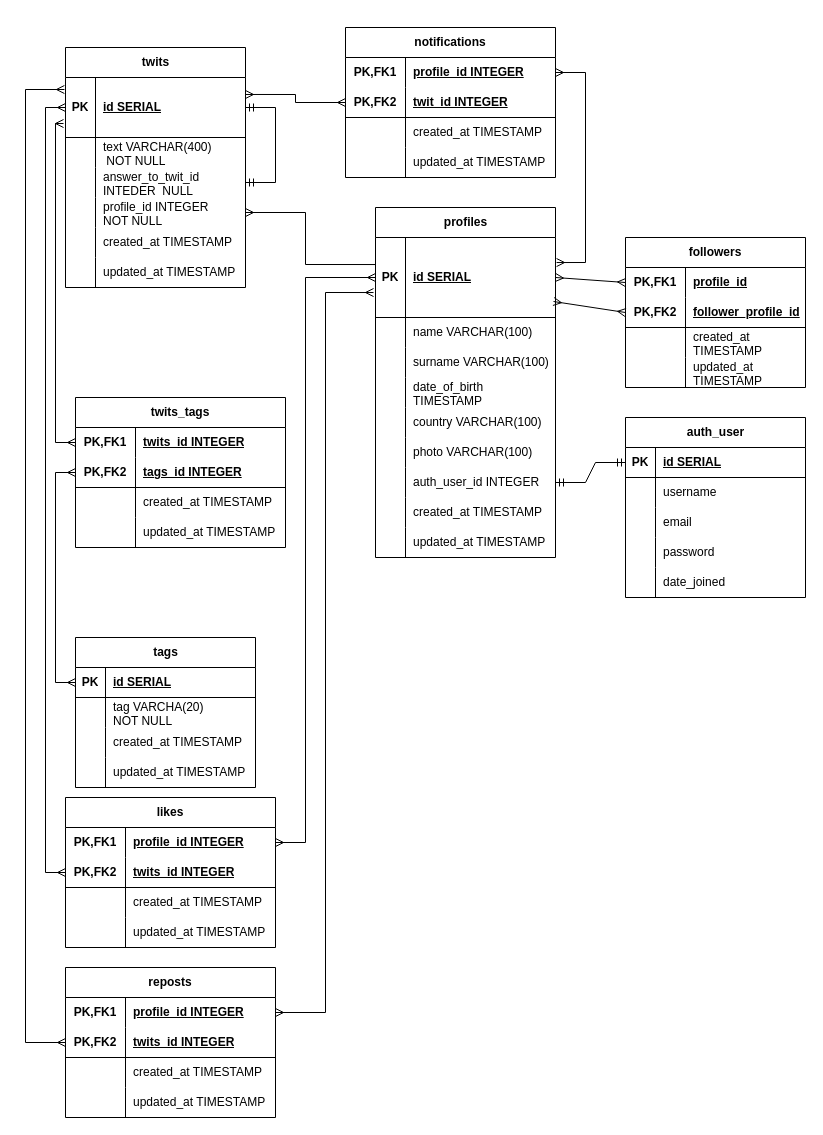
Above: src/microblogging/core/microblogging.drawio in EugeniRosh/micro_blogging (draw.io), before the change. Source tidied: cells renumbered, new cells numbered last; positions are measured from the earlier drawing's top-left corner, leaving out a move shared by most shapes. Both pictures are drawn from the tidied source at 100%, with x=0, y=0 at pixel (25, 27).
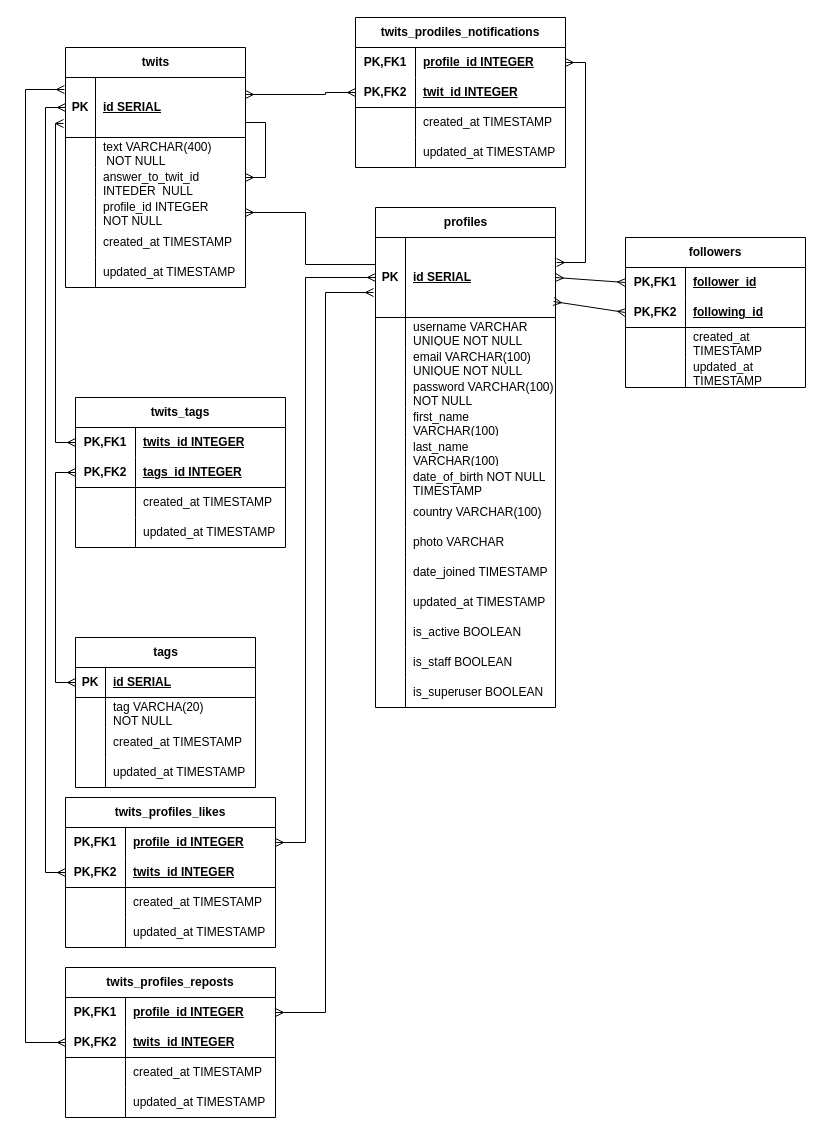
Above is the later version.

The change refers to these unchanged cells:
```xml
<mxCell id="3" style="shape=tableRow;horizontal=0;startSize=0;swimlaneHead=0;swimlaneBody=0;fillColor=none;points=[[0,0.5],[1,0.5]];portConstraint=eastwest;top=0;left=0;right=0;bottom=1;" parent="2" vertex="1">
  <mxGeometry y="30" width="180" height="80" as="geometry" />
</mxCell>
<mxCell id="30" value="twits" style="shape=table;startSize=30;childLayout=tableLayout;rowLines=0;fontStyle=1;align=center;html=1;" parent="1" vertex="1">
  <mxGeometry x="40" y="20" width="180" height="240" as="geometry" />
</mxCell>
<mxCell id="31" style="shape=tableRow;horizontal=0;startSize=0;swimlaneHead=0;swimlaneBody=0;fillColor=none;points=[[0,0.5],[1,0.5]];portConstraint=eastwest;top=0;left=0;right=0;bottom=1;" parent="30" vertex="1">
  <mxGeometry y="30" width="180" height="60" as="geometry" />
</mxCell>
<mxCell id="37" style="shape=tableRow;horizontal=0;startSize=0;swimlaneHead=0;swimlaneBody=0;fillColor=none;points=[[0,0.5],[1,0.5]];portConstraint=eastwest;top=0;left=0;right=0;bottom=0;" parent="30" vertex="1">
  <mxGeometry y="120" width="180" height="30" as="geometry" />
</mxCell>
<mxCell id="83" style="shape=tableRow;horizontal=0;startSize=0;swimlaneHead=0;swimlaneBody=0;fillColor=none;points=[[0,0.5],[1,0.5]];portConstraint=eastwest;top=0;left=0;right=0;bottom=0;html=1;" parent="82" vertex="1">
  <mxGeometry y="30" width="180" height="30" as="geometry" />
</mxCell>
<mxCell id="86" style="shape=tableRow;horizontal=0;startSize=0;swimlaneHead=0;swimlaneBody=0;fillColor=none;points=[[0,0.5],[1,0.5]];portConstraint=eastwest;top=0;left=0;right=0;bottom=1;html=1;" parent="82" vertex="1">
  <mxGeometry y="60" width="180" height="30" as="geometry" />
</mxCell>
<mxCell id="126" style="shape=tableRow;horizontal=0;startSize=0;swimlaneHead=0;swimlaneBody=0;fillColor=none;points=[[0,0.5],[1,0.5]];portConstraint=eastwest;top=0;left=0;right=0;bottom=0;html=1;" parent="125" vertex="1">
  <mxGeometry y="30" width="210" height="30" as="geometry" />
</mxCell>
<mxCell id="129" style="shape=tableRow;horizontal=0;startSize=0;swimlaneHead=0;swimlaneBody=0;fillColor=none;points=[[0,0.5],[1,0.5]];portConstraint=eastwest;top=0;left=0;right=0;bottom=1;html=1;" parent="125" vertex="1">
  <mxGeometry y="60" width="210" height="30" as="geometry" />
</mxCell>
```

Diff of the diagram source:
```diff
@@
     <mxCell id="2" value="profiles" style="shape=table;startSize=30;childLayout=tableLayout;rowLines=0;fontStyle=1;align=center;html=1;" parent="1" vertex="1">
-      <mxGeometry x="350" y="180" width="180" height="350" as="geometry" />
+      <mxGeometry x="350" y="180" width="180" height="500" as="geometry" />
     </mxCell>
@@
+    <mxCell id="156" style="shape=tableRow;horizontal=0;startSize=0;swimlaneHead=0;swimlaneBody=0;fillColor=none;top=0;left=0;right=0;bottom=0;" parent="2" vertex="1">
+      <mxGeometry y="110" width="180" height="30" as="geometry" />
+    </mxCell>
+    <mxCell id="157" style="shape=partialRectangle;fillColor=none;top=0;left=0;bottom=0;right=0;overflow=hidden;whiteSpace=wrap;html=1;" parent="156" vertex="1">
+      <mxGeometry width="30" height="30" as="geometry" />
+    </mxCell>
+    <mxCell id="158" value="username VARCHAR UNIQUE NOT NULL" style="shape=partialRectangle;fillColor=none;top=0;left=0;bottom=0;right=0;align=left;spacingLeft=6;overflow=hidden;whiteSpace=wrap;html=1;" parent="156" vertex="1">
+      <mxGeometry x="30" width="150" height="30" as="geometry" />
+    </mxCell>
+    <mxCell id="159" style="shape=tableRow;horizontal=0;startSize=0;swimlaneHead=0;swimlaneBody=0;fillColor=none;top=0;left=0;right=0;bottom=0;" parent="2" vertex="1">
+      <mxGeometry y="140" width="180" height="30" as="geometry" />
+    </mxCell>
+    <mxCell id="160" style="shape=partialRectangle;fillColor=none;top=0;left=0;bottom=0;right=0;overflow=hidden;whiteSpace=wrap;html=1;" parent="159" vertex="1">
+      <mxGeometry width="30" height="30" as="geometry" />
+    </mxCell>
+    <mxCell id="161" value="email VARCHAR(100) UNIQUE NOT NULL" style="shape=partialRectangle;fillColor=none;top=0;left=0;bottom=0;right=0;align=left;spacingLeft=6;overflow=hidden;whiteSpace=wrap;html=1;" parent="159" vertex="1">
+      <mxGeometry x="30" width="150" height="30" as="geometry" />
+    </mxCell>
+    <mxCell id="162" style="shape=tableRow;horizontal=0;startSize=0;swimlaneHead=0;swimlaneBody=0;fillColor=none;top=0;left=0;right=0;bottom=0;" parent="2" vertex="1">
+      <mxGeometry y="170" width="180" height="30" as="geometry" />
+    </mxCell>
+    <mxCell id="163" style="shape=partialRectangle;fillColor=none;top=0;left=0;bottom=0;right=0;overflow=hidden;whiteSpace=wrap;html=1;" parent="162" vertex="1">
+      <mxGeometry width="30" height="30" as="geometry" />
+    </mxCell>
+    <mxCell id="164" value="password VARCHAR(100) NOT NULL" style="shape=partialRectangle;fillColor=none;top=0;left=0;bottom=0;right=0;align=left;spacingLeft=6;overflow=hidden;whiteSpace=wrap;html=1;" parent="162" vertex="1">
+      <mxGeometry x="30" width="150" height="30" as="geometry" />
+    </mxCell>
     <mxCell id="6" style="shape=tableRow;horizontal=0;startSize=0;swimlaneHead=0;swimlaneBody=0;fillColor=none;top=0;left=0;right=0;bottom=0;" parent="2" vertex="1">
-      <mxGeometry y="110" width="180" height="30" as="geometry" />
+      <mxGeometry y="200" width="180" height="30" as="geometry" />
     </mxCell>
@@
-    <mxCell id="8" value="name VARCHAR(100)" style="shape=partialRectangle;fillColor=none;top=0;left=0;bottom=0;right=0;align=left;spacingLeft=6;overflow=hidden;whiteSpace=wrap;html=1;" parent="6" vertex="1">
+    <mxCell id="8" value="first_name VARCHAR(100)" style="shape=partialRectangle;fillColor=none;top=0;left=0;bottom=0;right=0;align=left;spacingLeft=6;overflow=hidden;whiteSpace=wrap;html=1;" parent="6" vertex="1">
       <mxGeometry x="30" width="150" height="30" as="geometry" />
     </mxCell>
     <mxCell id="9" style="shape=tableRow;horizontal=0;startSize=0;swimlaneHead=0;swimlaneBody=0;fillColor=none;top=0;left=0;right=0;bottom=0;" parent="2" vertex="1">
-      <mxGeometry y="140" width="180" height="30" as="geometry" />
+      <mxGeometry y="230" width="180" height="30" as="geometry" />
     </mxCell>
@@
-    <mxCell id="11" value="surname VARCHAR(100)" style="shape=partialRectangle;fillColor=none;top=0;left=0;bottom=0;right=0;align=left;spacingLeft=6;overflow=hidden;whiteSpace=wrap;html=1;" parent="9" vertex="1">
+    <mxCell id="11" value="last_name VARCHAR(100)" style="shape=partialRectangle;fillColor=none;top=0;left=0;bottom=0;right=0;align=left;spacingLeft=6;overflow=hidden;whiteSpace=wrap;html=1;" parent="9" vertex="1">
       <mxGeometry x="30" width="150" height="30" as="geometry" />
     </mxCell>
     <mxCell id="12" style="shape=tableRow;horizontal=0;startSize=0;swimlaneHead=0;swimlaneBody=0;fillColor=none;top=0;left=0;right=0;bottom=0;" parent="2" vertex="1">
-      <mxGeometry y="170" width="180" height="30" as="geometry" />
+      <mxGeometry y="260" width="180" height="30" as="geometry" />
     </mxCell>
@@
-    <mxCell id="14" value="date_of_birth TIMESTAMP" style="shape=partialRectangle;fillColor=none;top=0;left=0;bottom=0;right=0;align=left;spacingLeft=6;overflow=hidden;whiteSpace=wrap;html=1;" parent="12" vertex="1">
+    <mxCell id="14" value="date_of_birth NOT NULL TIMESTAMP" style="shape=partialRectangle;fillColor=none;top=0;left=0;bottom=0;right=0;align=left;spacingLeft=6;overflow=hidden;whiteSpace=wrap;html=1;" parent="12" vertex="1">
       <mxGeometry x="30" width="150" height="30" as="geometry" />
     </mxCell>
     <mxCell id="15" style="shape=tableRow;horizontal=0;startSize=0;swimlaneHead=0;swimlaneBody=0;fillColor=none;top=0;left=0;right=0;bottom=0;" parent="2" vertex="1">
-      <mxGeometry y="200" width="180" height="30" as="geometry" />
+      <mxGeometry y="290" width="180" height="30" as="geometry" />
     </mxCell>
@@
     <mxCell id="18" style="shape=tableRow;horizontal=0;startSize=0;swimlaneHead=0;swimlaneBody=0;fillColor=none;top=0;left=0;right=0;bottom=0;" parent="2" vertex="1">
-      <mxGeometry y="230" width="180" height="30" as="geometry" />
+      <mxGeometry y="320" width="180" height="30" as="geometry" />
     </mxCell>
@@
-    <mxCell id="20" value="photo VARCHAR(100)" style="shape=partialRectangle;fillColor=none;top=0;left=0;bottom=0;right=0;align=left;spacingLeft=6;overflow=hidden;whiteSpace=wrap;html=1;" parent="18" vertex="1">
+    <mxCell id="20" value="photo VARCHAR" style="shape=partialRectangle;fillColor=none;top=0;left=0;bottom=0;right=0;align=left;spacingLeft=6;overflow=hidden;whiteSpace=wrap;html=1;" parent="18" vertex="1">
       <mxGeometry x="30" width="150" height="30" as="geometry" />
     </mxCell>
-    <mxCell id="21" style="shape=tableRow;horizontal=0;startSize=0;swimlaneHead=0;swimlaneBody=0;fillColor=none;points=[[0,0.5],[1,0.5]];portConstraint=eastwest;top=0;left=0;right=0;bottom=0;" parent="2" vertex="1">
-      <mxGeometry y="260" width="180" height="30" as="geometry" />
-    </mxCell>
-    <mxCell id="22" style="shape=partialRectangle;fillColor=none;top=0;left=0;bottom=0;right=0;overflow=hidden;whiteSpace=wrap;html=1;" parent="21" vertex="1">
-      <mxGeometry width="30" height="30" as="geometry" />
-    </mxCell>
-    <mxCell id="23" value="auth_user_id INTEGER" style="shape=partialRectangle;fillColor=none;top=0;left=0;bottom=0;right=0;align=left;spacingLeft=6;overflow=hidden;whiteSpace=wrap;html=1;" parent="21" vertex="1">
-      <mxGeometry x="30" width="150" height="30" as="geometry" />
-    </mxCell>
     <mxCell id="24" style="shape=tableRow;horizontal=0;startSize=0;swimlaneHead=0;swimlaneBody=0;fillColor=none;top=0;left=0;right=0;bottom=0;" parent="2" vertex="1">
-      <mxGeometry y="290" width="180" height="30" as="geometry" />
+      <mxGeometry y="350" width="180" height="30" as="geometry" />
     </mxCell>
@@
-    <mxCell id="26" value="created_at TIMESTAMP" style="shape=partialRectangle;fillColor=none;top=0;left=0;bottom=0;right=0;align=left;spacingLeft=6;overflow=hidden;whiteSpace=wrap;html=1;" parent="24" vertex="1">
+    <mxCell id="26" value="date_joined&amp;nbsp;TIMESTAMP" style="shape=partialRectangle;fillColor=none;top=0;left=0;bottom=0;right=0;align=left;spacingLeft=6;overflow=hidden;whiteSpace=wrap;html=1;" parent="24" vertex="1">
       <mxGeometry x="30" width="150" height="30" as="geometry" />
     </mxCell>
     <mxCell id="27" style="shape=tableRow;horizontal=0;startSize=0;swimlaneHead=0;swimlaneBody=0;fillColor=none;top=0;left=0;right=0;bottom=0;" parent="2" vertex="1">
-      <mxGeometry y="320" width="180" height="30" as="geometry" />
+      <mxGeometry y="380" width="180" height="30" as="geometry" />
     </mxCell>
@@
+    <mxCell id="165" style="shape=tableRow;horizontal=0;startSize=0;swimlaneHead=0;swimlaneBody=0;fillColor=none;top=0;left=0;right=0;bottom=0;" parent="2" vertex="1">
+      <mxGeometry y="410" width="180" height="30" as="geometry" />
+    </mxCell>
+    <mxCell id="166" style="shape=partialRectangle;fillColor=none;top=0;left=0;bottom=0;right=0;overflow=hidden;whiteSpace=wrap;html=1;" parent="165" vertex="1">
+      <mxGeometry width="30" height="30" as="geometry" />
+    </mxCell>
+    <mxCell id="167" value="is_active BOOLEAN" style="shape=partialRectangle;fillColor=none;top=0;left=0;bottom=0;right=0;align=left;spacingLeft=6;overflow=hidden;whiteSpace=wrap;html=1;" parent="165" vertex="1">
+      <mxGeometry x="30" width="150" height="30" as="geometry" />
+    </mxCell>
+    <mxCell id="168" style="shape=tableRow;horizontal=0;startSize=0;swimlaneHead=0;swimlaneBody=0;fillColor=none;top=0;left=0;right=0;bottom=0;" parent="2" vertex="1">
+      <mxGeometry y="440" width="180" height="30" as="geometry" />
+    </mxCell>
+    <mxCell id="169" style="shape=partialRectangle;fillColor=none;top=0;left=0;bottom=0;right=0;overflow=hidden;whiteSpace=wrap;html=1;" parent="168" vertex="1">
+      <mxGeometry width="30" height="30" as="geometry" />
+    </mxCell>
+    <mxCell id="170" value="is_staff BOOLEAN" style="shape=partialRectangle;fillColor=none;top=0;left=0;bottom=0;right=0;align=left;spacingLeft=6;overflow=hidden;whiteSpace=wrap;html=1;" parent="168" vertex="1">
+      <mxGeometry x="30" width="150" height="30" as="geometry" />
+    </mxCell>
+    <mxCell id="171" style="shape=tableRow;horizontal=0;startSize=0;swimlaneHead=0;swimlaneBody=0;fillColor=none;top=0;left=0;right=0;bottom=0;" parent="2" vertex="1">
+      <mxGeometry y="470" width="180" height="30" as="geometry" />
+    </mxCell>
+    <mxCell id="172" style="shape=partialRectangle;fillColor=none;top=0;left=0;bottom=0;right=0;overflow=hidden;whiteSpace=wrap;html=1;" parent="171" vertex="1">
+      <mxGeometry width="30" height="30" as="geometry" />
+    </mxCell>
+    <mxCell id="173" value="is_superuser BOOLEAN" style="shape=partialRectangle;fillColor=none;top=0;left=0;bottom=0;right=0;align=left;spacingLeft=6;overflow=hidden;whiteSpace=wrap;html=1;" parent="171" vertex="1">
+      <mxGeometry x="30" width="150" height="30" as="geometry" />
+    </mxCell>
@@
-    <mxCell id="40" style="edgeStyle=entityRelationEdgeStyle;fontSize=12;html=1;endArrow=ERmandOne;startArrow=ERmandOne;rounded=0;exitX=1;exitY=0.5;exitDx=0;exitDy=0;entryX=1;entryY=0.5;entryDx=0;entryDy=0;" parent="30" edge="1" source="37" target="31">
-      <mxGeometry relative="1" as="geometry" />
-    </mxCell>
@@
-    <mxCell id="64" value="auth_user" style="shape=table;startSize=30;childLayout=tableLayout;rowLines=0;fontStyle=1;align=center;html=1;" parent="1" vertex="1">
-      <mxGeometry x="600" y="390" width="180" height="180" as="geometry" />
-    </mxCell>
-    <mxCell id="65" style="shape=tableRow;horizontal=0;startSize=0;swimlaneHead=0;swimlaneBody=0;fillColor=none;points=[[0,0.5],[1,0.5]];portConstraint=eastwest;top=0;left=0;right=0;bottom=1;" parent="64" vertex="1">
-      <mxGeometry y="30" width="180" height="30" as="geometry" />
-    </mxCell>
-    <mxCell id="66" value="PK" style="shape=partialRectangle;fillColor=none;top=0;left=0;bottom=0;right=0;fontStyle=1;overflow=hidden;whiteSpace=wrap;html=1;" parent="65" vertex="1">
-      <mxGeometry width="30" height="30" as="geometry" />
-    </mxCell>
-    <mxCell id="67" value="id SERIAL" style="shape=partialRectangle;fillColor=none;top=0;left=0;bottom=0;right=0;align=left;spacingLeft=6;fontStyle=5;overflow=hidden;whiteSpace=wrap;html=1;" parent="65" vertex="1">
-      <mxGeometry x="30" width="150" height="30" as="geometry" />
-    </mxCell>
-    <mxCell id="68" style="shape=tableRow;horizontal=0;startSize=0;swimlaneHead=0;swimlaneBody=0;fillColor=none;top=0;left=0;right=0;bottom=0;" parent="64" vertex="1">
-      <mxGeometry y="60" width="180" height="30" as="geometry" />
-    </mxCell>
-    <mxCell id="69" style="shape=partialRectangle;fillColor=none;top=0;left=0;bottom=0;right=0;overflow=hidden;whiteSpace=wrap;html=1;" parent="68" vertex="1">
-      <mxGeometry width="30" height="30" as="geometry" />
-    </mxCell>
-    <mxCell id="70" value="username" style="shape=partialRectangle;fillColor=none;top=0;left=0;bottom=0;right=0;align=left;spacingLeft=6;overflow=hidden;whiteSpace=wrap;html=1;" parent="68" vertex="1">
-      <mxGeometry x="30" width="150" height="30" as="geometry" />
-    </mxCell>
-    <mxCell id="71" style="shape=tableRow;horizontal=0;startSize=0;swimlaneHead=0;swimlaneBody=0;fillColor=none;top=0;left=0;right=0;bottom=0;" parent="64" vertex="1">
-      <mxGeometry y="90" width="180" height="30" as="geometry" />
-    </mxCell>
-    <mxCell id="72" style="shape=partialRectangle;fillColor=none;top=0;left=0;bottom=0;right=0;overflow=hidden;whiteSpace=wrap;html=1;" parent="71" vertex="1">
-      <mxGeometry width="30" height="30" as="geometry" />
-    </mxCell>
-    <mxCell id="73" value="email" style="shape=partialRectangle;fillColor=none;top=0;left=0;bottom=0;right=0;align=left;spacingLeft=6;overflow=hidden;whiteSpace=wrap;html=1;" parent="71" vertex="1">
-      <mxGeometry x="30" width="150" height="30" as="geometry" />
-    </mxCell>
-    <mxCell id="74" style="shape=tableRow;horizontal=0;startSize=0;swimlaneHead=0;swimlaneBody=0;fillColor=none;top=0;left=0;right=0;bottom=0;" parent="64" vertex="1">
-      <mxGeometry y="120" width="180" height="30" as="geometry" />
-    </mxCell>
-    <mxCell id="75" style="shape=partialRectangle;fillColor=none;top=0;left=0;bottom=0;right=0;overflow=hidden;whiteSpace=wrap;html=1;" parent="74" vertex="1">
-      <mxGeometry width="30" height="30" as="geometry" />
-    </mxCell>
-    <mxCell id="76" value="password" style="shape=partialRectangle;fillColor=none;top=0;left=0;bottom=0;right=0;align=left;spacingLeft=6;overflow=hidden;whiteSpace=wrap;html=1;" parent="74" vertex="1">
-      <mxGeometry x="30" width="150" height="30" as="geometry" />
-    </mxCell>
-    <mxCell id="77" style="shape=tableRow;horizontal=0;startSize=0;swimlaneHead=0;swimlaneBody=0;fillColor=none;top=0;left=0;right=0;bottom=0;" parent="64" vertex="1">
-      <mxGeometry y="150" width="180" height="30" as="geometry" />
-    </mxCell>
-    <mxCell id="78" style="shape=partialRectangle;fillColor=none;top=0;left=0;bottom=0;right=0;overflow=hidden;whiteSpace=wrap;html=1;" parent="77" vertex="1">
-      <mxGeometry width="30" height="30" as="geometry" />
-    </mxCell>
-    <mxCell id="79" value="date_joined" style="shape=partialRectangle;fillColor=none;top=0;left=0;bottom=0;right=0;align=left;spacingLeft=6;overflow=hidden;whiteSpace=wrap;html=1;" parent="77" vertex="1">
-      <mxGeometry x="30" width="150" height="30" as="geometry" />
-    </mxCell>
-    <mxCell id="80" style="edgeStyle=entityRelationEdgeStyle;fontSize=12;html=1;endArrow=ERmandOne;startArrow=ERmandOne;rounded=0;entryX=0;entryY=0.5;entryDx=0;entryDy=0;exitX=1;exitY=0.5;exitDx=0;exitDy=0;" parent="1" edge="1" source="21" target="65">
-      <mxGeometry relative="1" as="geometry" />
-    </mxCell>
@@
-    <mxCell id="85" value="profile_id" style="shape=partialRectangle;fillColor=none;top=0;left=0;bottom=0;right=0;align=left;spacingLeft=6;fontStyle=5;overflow=hidden;html=1;whiteSpace=wrap;" parent="83" vertex="1">
+    <mxCell id="85" value="follower_id" style="shape=partialRectangle;fillColor=none;top=0;left=0;bottom=0;right=0;align=left;spacingLeft=6;fontStyle=5;overflow=hidden;html=1;whiteSpace=wrap;" parent="83" vertex="1">
       <mxGeometry x="60" width="120" height="30" as="geometry" />
     </mxCell>
@@
-    <mxCell id="88" value="follower_profile_id" style="shape=partialRectangle;fillColor=none;top=0;left=0;bottom=0;right=0;align=left;spacingLeft=6;fontStyle=5;overflow=hidden;html=1;whiteSpace=wrap;" parent="86" vertex="1">
+    <mxCell id="88" value="following_id" style="shape=partialRectangle;fillColor=none;top=0;left=0;bottom=0;right=0;align=left;spacingLeft=6;fontStyle=5;overflow=hidden;html=1;whiteSpace=wrap;" parent="86" vertex="1">
       <mxGeometry x="60" width="120" height="30" as="geometry" />
     </mxCell>
@@
-    <mxCell id="95" value="reposts" style="shape=table;startSize=30;childLayout=tableLayout;rowLines=0;fontStyle=1;align=center;html=1;whiteSpace=wrap;" parent="1" vertex="1">
+    <mxCell id="95" value="twits_profiles_reposts" style="shape=table;startSize=30;childLayout=tableLayout;rowLines=0;fontStyle=1;align=center;html=1;whiteSpace=wrap;" parent="1" vertex="1">
       <mxGeometry x="40" y="940" width="210" height="150" as="geometry" />
     </mxCell>
@@
-    <mxCell id="110" value="likes" style="shape=table;startSize=30;childLayout=tableLayout;rowLines=0;fontStyle=1;align=center;html=1;whiteSpace=wrap;" parent="1" vertex="1">
+    <mxCell id="110" value="twits_profiles_likes" style="shape=table;startSize=30;childLayout=tableLayout;rowLines=0;fontStyle=1;align=center;html=1;whiteSpace=wrap;" parent="1" vertex="1">
       <mxGeometry x="40" y="770" width="210" height="150" as="geometry" />
     </mxCell>
@@
-    <mxCell id="125" value="notifications" style="shape=table;startSize=30;childLayout=tableLayout;rowLines=0;fontStyle=1;align=center;html=1;whiteSpace=wrap;" parent="1" vertex="1">
-      <mxGeometry x="320" width="210" height="150" as="geometry" />
+    <mxCell id="125" value="twits_prodiles_notifications" style="shape=table;startSize=30;childLayout=tableLayout;rowLines=0;fontStyle=1;align=center;html=1;whiteSpace=wrap;" parent="1" vertex="1">
+      <mxGeometry x="330" y="-10" width="210" height="150" as="geometry" />
     </mxCell>
@@
     <mxCell id="139" style="edgeStyle=orthogonalEdgeStyle;fontSize=12;html=1;endArrow=ERmany;startArrow=ERmany;rounded=0;exitX=1;exitY=0.283;exitDx=0;exitDy=0;exitPerimeter=0;entryX=0;entryY=0.5;entryDx=0;entryDy=0;" parent="1" edge="1" source="31" target="129">
       <mxGeometry relative="1" as="geometry">
         <Array as="points">
-          <mxPoint x="270" y="67" />
-          <mxPoint x="270" y="75" />
+          <mxPoint x="300" y="67" />
+          <mxPoint x="300" y="65" />
         </Array>
       </mxGeometry>
     </mxCell>
     <mxCell id="140" style="edgeStyle=orthogonalEdgeStyle;fontSize=12;html=1;endArrow=ERmany;startArrow=ERmany;rounded=0;exitX=1;exitY=0.5;exitDx=0;exitDy=0;entryX=1.006;entryY=0.313;entryDx=0;entryDy=0;entryPerimeter=0;" parent="1" edge="1" source="126" target="3">
       <mxGeometry relative="1" as="geometry">
         <Array as="points">
-          <mxPoint x="560" y="45" />
+          <mxPoint x="560" y="35" />
           <mxPoint x="560" y="235" />
         </Array>
       </mxGeometry>
     </mxCell>
@@
+    <mxCell id="174" style="edgeStyle=orthogonalEdgeStyle;fontSize=12;html=1;endArrow=ERmany;rounded=0;" parent="1" edge="1">
+      <mxGeometry relative="1" as="geometry">
+        <mxPoint x="220" y="100" as="sourcePoint" />
+        <mxPoint x="220" y="150" as="targetPoint" />
+        <Array as="points">
+          <mxPoint x="220" y="95" />
+          <mxPoint x="240" y="95" />
+          <mxPoint x="240" y="150" />
+        </Array>
+      </mxGeometry>
+    </mxCell>
```
